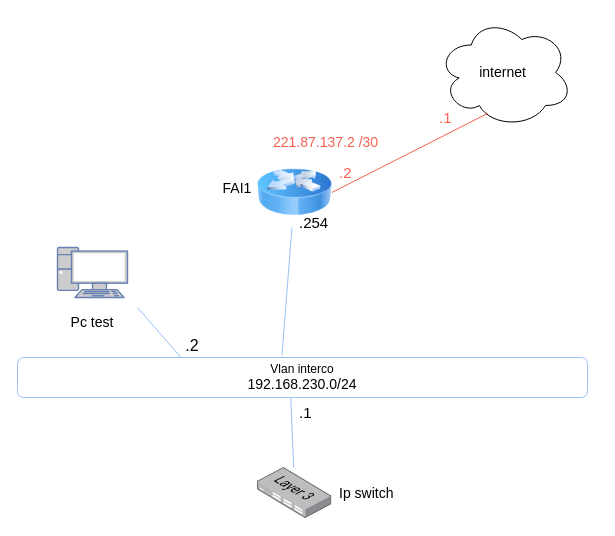
This is docs/évolution schéma/schéma logique infra.drawio from Dian3410/Documentation-SporLudique-Tours, a draw.io file, before an edit. Source tidied: cells renumbered, new cells numbered last; positions are measured from the earlier drawing's top-left corner, leaving out a move shared by most shapes. Both pictures are drawn from the tidied source at 100%, with x=0, y=0 at pixel (17, 17).
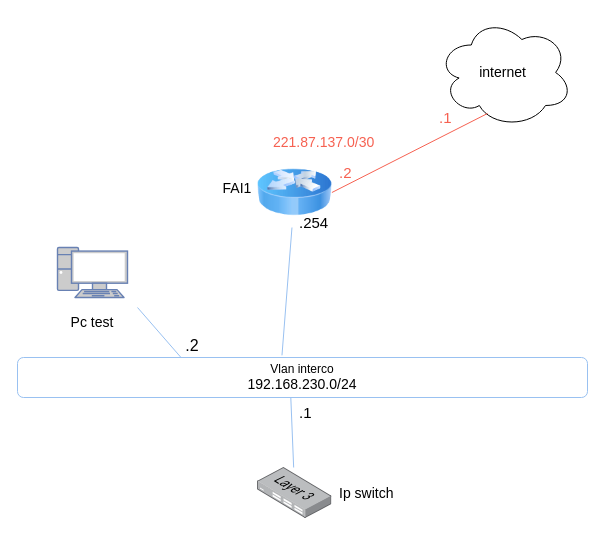
After the change.

Commit message (it also covers changes not shown here):
ajout de schéma physique

The edit, as a diff of the source:
```diff
@@
-    <mxCell id="16" value="&lt;font style=&quot;font-size: 14px; color: light-dark(rgb(246, 97, 81), rgb(237, 237, 237));&quot;&gt;221.87.137.2 /30&lt;/font&gt;" style="text;whiteSpace=wrap;html=1;" parent="1" vertex="1">
+    <mxCell id="16" value="&lt;font style=&quot;font-size: 14px; color: light-dark(rgb(246, 97, 81), rgb(237, 237, 237));&quot;&gt;221.87.137.0/30&lt;/font&gt;" style="text;whiteSpace=wrap;html=1;" parent="1" vertex="1">
       <mxGeometry x="254" y="110" width="120" height="40" as="geometry" />
     </mxCell>
```
